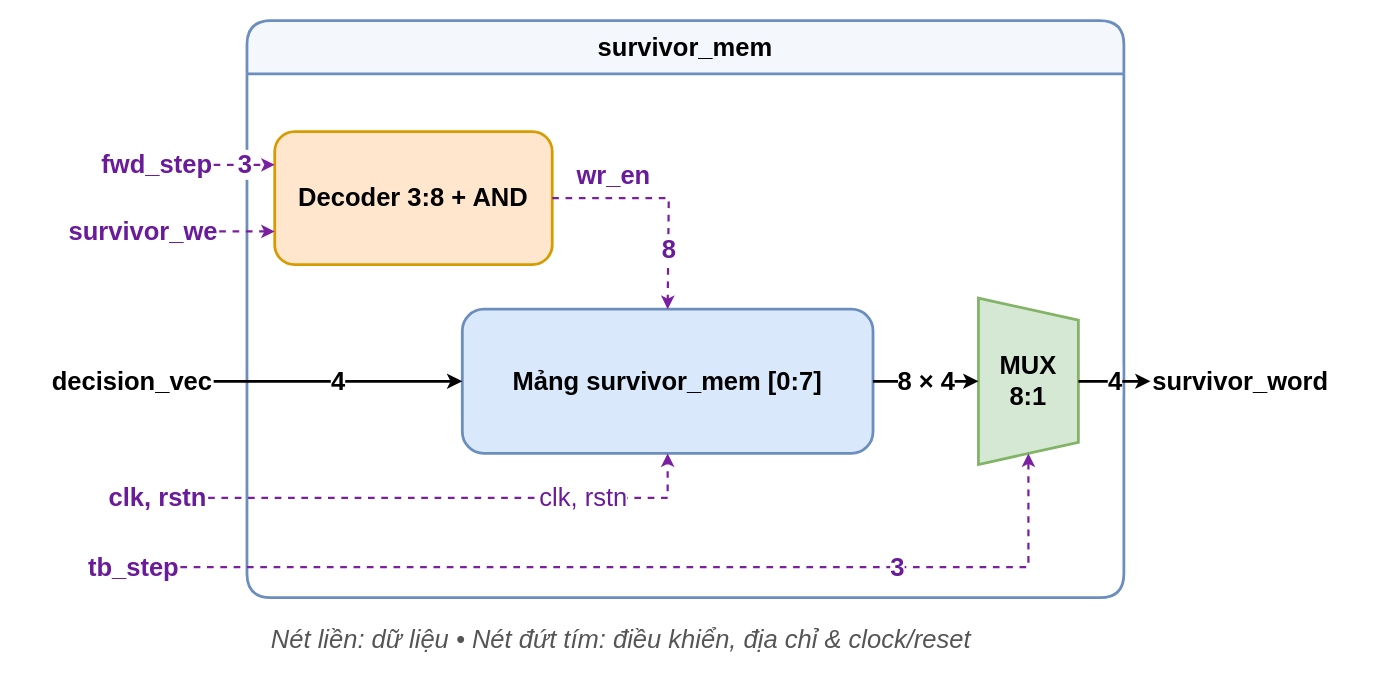
Above: page "survivor_mem" (16 of 18) of docs/Viterbi_decoder.drawio in nvh1811/viterbi_decoder (draw.io), before the change. Source tidied: cells renumbered, new cells numbered last; positions are measured from the earlier drawing's top-left corner, leaving out a move shared by most shapes. Both pictures are drawn from the tidied source at 111%, with x=0, y=0 at pixel (19, 20).
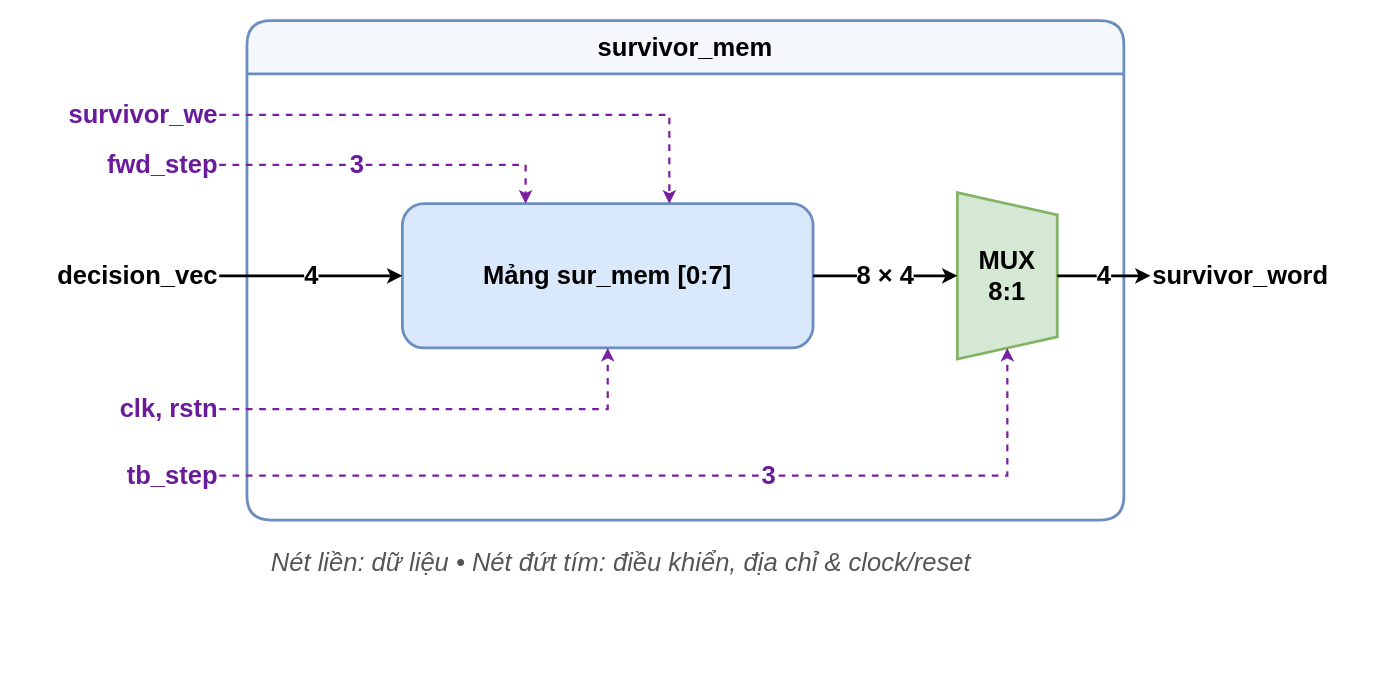
After the change.

Diff of the diagram source:
```diff
@@
     <mxCell id="2" value="survivor_mem" style="swimlane;whiteSpace=wrap;html=1;fillColor=#F4F8FD;strokeColor=#6C8EBF;strokeWidth=2.5;fontStyle=1;fontSize=23;startSize=48;rounded=1;" parent="1" vertex="1">
-      <mxGeometry x="205" width="790" height="520" as="geometry" />
+      <mxGeometry x="205" width="790" height="450" as="geometry" />
     </mxCell>
-    <mxCell id="3" value="&lt;b&gt;Decoder 3:8 + AND&lt;/b&gt;" style="rounded=1;whiteSpace=wrap;html=1;fillColor=#FFE6CC;strokeColor=#D79B00;strokeWidth=2.5;fontSize=23;" parent="2" vertex="1">
-      <mxGeometry x="25" y="100" width="250" height="120" as="geometry" />
-    </mxCell>
-    <mxCell id="4" value="&lt;b&gt;Mảng survivor_mem [0:7]&lt;/b&gt;" style="rounded=1;whiteSpace=wrap;html=1;fillColor=#DAE8FC;strokeColor=#6C8EBF;strokeWidth=2.5;fontSize=23;" parent="2" vertex="1">
-      <mxGeometry x="194" y="260" width="370" height="130" as="geometry" />
+    <mxCell id="4" value="&lt;b&gt;Mảng sur_mem [0:7]&lt;/b&gt;" style="rounded=1;whiteSpace=wrap;html=1;fillColor=#DAE8FC;strokeColor=#6C8EBF;strokeWidth=2.5;fontSize=23;" parent="2" vertex="1">
+      <mxGeometry x="140" y="165" width="370" height="130" as="geometry" />
     </mxCell>
     <mxCell id="5" value="&lt;b&gt;MUX 8:1&lt;/b&gt;" style="shape=trapezoid;perimeter=trapezoidPerimeter;whiteSpace=wrap;html=1;fixedSize=1;rotation=90;fillColor=#D5E8D4;strokeColor=#82B366;strokeWidth=2.5;fontSize=23;horizontal=0;" parent="2" vertex="1">
-      <mxGeometry x="629" y="280" width="150" height="90" as="geometry" />
+      <mxGeometry x="610" y="185" width="150" height="90" as="geometry" />
     </mxCell>
-    <mxCell id="6" value="wr_en" style="edgeStyle=orthogonalEdgeStyle;rounded=0;html=1;strokeWidth=2;dashed=1;strokeColor=#7B1FA2;fontColor=#6A1B9A;fontStyle=1;fontSize=23;entryX=0.5;entryY=0;entryDx=0;entryDy=0;" parent="2" edge="1" source="3" target="4">
-      <mxGeometry x="-0.46" y="20" relative="1" as="geometry">
-        <Array as="points">
-          <mxPoint x="380" y="160" />
-        </Array>
-      </mxGeometry>
-    </mxCell>
-    <mxCell id="7" value="8" style="edgeLabel;html=1;align=center;verticalAlign=middle;inheritText=1;fontSize=23;fontColor=#6A1B9A;fontStyle=1;" parent="6" vertex="1">
-      <mxGeometry x="0.47" relative="1" as="geometry" />
-    </mxCell>
@@
+    <mxCell id="10" value="&lt;b&gt;survivor_we&lt;/b&gt;" style="text;html=1;align=right;verticalAlign=middle;fontSize=23;fontColor=#6A1B9A;" parent="1" vertex="1">
+      <mxGeometry x="10" y="65" width="170" height="40" as="geometry" />
+    </mxCell>
     <mxCell id="9" value="&lt;b&gt;fwd_step&lt;/b&gt;" style="text;html=1;align=right;verticalAlign=middle;fontSize=23;fontColor=#6A1B9A;" parent="1" vertex="1">
-      <mxGeometry x="25" y="110" width="150" height="40" as="geometry" />
+      <mxGeometry x="30" y="110" width="150" height="40" as="geometry" />
     </mxCell>
-    <mxCell id="10" value="&lt;b&gt;survivor_we&lt;/b&gt;" style="text;html=1;align=right;verticalAlign=middle;fontSize=23;fontColor=#6A1B9A;" parent="1" vertex="1">
-      <mxGeometry x="10" y="170" width="170" height="40" as="geometry" />
-    </mxCell>
     <mxCell id="11" value="&lt;b&gt;decision_vec&lt;/b&gt;" style="text;html=1;align=right;verticalAlign=middle;fontSize=23;" parent="1" vertex="1">
-      <mxGeometry y="305" width="175" height="40" as="geometry" />
+      <mxGeometry x="5" y="210" width="175" height="40" as="geometry" />
     </mxCell>
     <mxCell id="12" value="&lt;b&gt;clk, rstn&lt;/b&gt;" style="text;html=1;align=right;verticalAlign=middle;fontSize=23;fontColor=#6A1B9A;" parent="1" vertex="1">
-      <mxGeometry x="30" y="410" width="140" height="40" as="geometry" />
+      <mxGeometry x="40" y="330" width="140" height="40" as="geometry" />
     </mxCell>
     <mxCell id="13" value="&lt;b&gt;tb_step&lt;/b&gt;" style="text;html=1;align=right;verticalAlign=middle;fontSize=23;fontColor=#6A1B9A;" parent="1" vertex="1">
-      <mxGeometry x="5" y="472.5" width="140" height="40" as="geometry" />
+      <mxGeometry x="40" y="390" width="140" height="40" as="geometry" />
     </mxCell>
     <mxCell id="14" value="&lt;b&gt;survivor_word&lt;/b&gt;" style="text;html=1;align=left;verticalAlign=middle;fontSize=23;" parent="1" vertex="1">
-      <mxGeometry x="1019" y="305" width="190" height="40" as="geometry" />
+      <mxGeometry x="1019" y="210" width="190" height="40" as="geometry" />
     </mxCell>
+    <mxCell id="16" style="edgeStyle=orthogonalEdgeStyle;rounded=0;html=1;strokeWidth=2;dashed=1;strokeColor=#7B1FA2;fontSize=23;entryX=0.65;entryY=0;entryDx=0;entryDy=0;" parent="1" edge="1" source="10" target="4">
+      <mxGeometry relative="1" as="geometry">
+        <Array as="points">
+          <mxPoint x="585" y="85" />
+        </Array>
+      </mxGeometry>
+    </mxCell>
-    <mxCell id="15" value="3" style="edgeStyle=orthogonalEdgeStyle;rounded=0;html=1;strokeWidth=2;dashed=1;strokeColor=#7B1FA2;fontColor=#6A1B9A;fontStyle=1;fontSize=23;entryX=0;entryY=0.25;entryDx=0;entryDy=0;" parent="1" edge="1" source="9" target="3">
-      <mxGeometry relative="1" as="geometry" />
+    <mxCell id="15" value="3" style="edgeStyle=orthogonalEdgeStyle;rounded=0;html=1;strokeWidth=2;dashed=1;strokeColor=#7B1FA2;fontColor=#6A1B9A;fontStyle=1;fontSize=23;entryX=0.3;entryY=0;entryDx=0;entryDy=0;" parent="1" edge="1" source="9" target="4">
+      <mxGeometry x="-0.2" relative="1" as="geometry">
+        <Array as="points">
+          <mxPoint x="456" y="130" />
+        </Array>
+      </mxGeometry>
     </mxCell>
-    <mxCell id="16" style="edgeStyle=orthogonalEdgeStyle;rounded=0;html=1;strokeWidth=2;dashed=1;strokeColor=#7B1FA2;entryX=0;entryY=0.75;entryDx=0;entryDy=0;fontSize=23;" parent="1" edge="1" source="10" target="3">
-      <mxGeometry relative="1" as="geometry" />
-    </mxCell>
@@
-    <mxCell id="19" value="clk, rstn" style="edgeStyle=orthogonalEdgeStyle;rounded=0;html=1;strokeWidth=2;dashed=1;strokeColor=#7B1FA2;fontColor=#6A1B9A;fontSize=23;entryX=0.5;entryY=1;entryDx=0;entryDy=0;" parent="1" edge="1" source="12" target="4">
-      <mxGeometry x="0.49" relative="1" as="geometry">
+    <mxCell id="19" style="edgeStyle=orthogonalEdgeStyle;rounded=0;html=1;strokeWidth=2;dashed=1;strokeColor=#7B1FA2;fontColor=#6A1B9A;fontSize=23;entryX=0.5;entryY=1;entryDx=0;entryDy=0;" parent="1" edge="1" source="12" target="4">
+      <mxGeometry relative="1" as="geometry">
         <Array as="points">
-          <mxPoint x="75" y="430" />
-          <mxPoint x="585" y="430" />
+          <mxPoint x="530" y="350" />
         </Array>
       </mxGeometry>
     </mxCell>
     <mxCell id="20" value="3" style="edgeStyle=orthogonalEdgeStyle;rounded=0;html=1;strokeWidth=2;dashed=1;strokeColor=#7B1FA2;fontColor=#6A1B9A;fontStyle=1;fontSize=23;entryX=1;entryY=0.5;entryDx=0;entryDy=0;" parent="1" edge="1" source="13" target="5">
-      <mxGeometry x="0.49" relative="1" as="geometry" />
+      <mxGeometry x="0.2" relative="1" as="geometry">
+        <Array as="points">
+          <mxPoint x="890" y="410" />
+        </Array>
+      </mxGeometry>
     </mxCell>
     <mxCell id="21" value="&lt;i&gt;Nét liền: dữ liệu • Nét đứt tím: điều khiển, địa chỉ &amp;amp; clock/reset&lt;/i&gt;" style="text;html=1;align=left;verticalAlign=middle;fontSize=23;fontColor=#555555;" parent="1" vertex="1">
-      <mxGeometry x="225" y="540" width="980" height="35" as="geometry" />
+      <mxGeometry x="225" y="470" width="980" height="35" as="geometry" />
     </mxCell>
```
